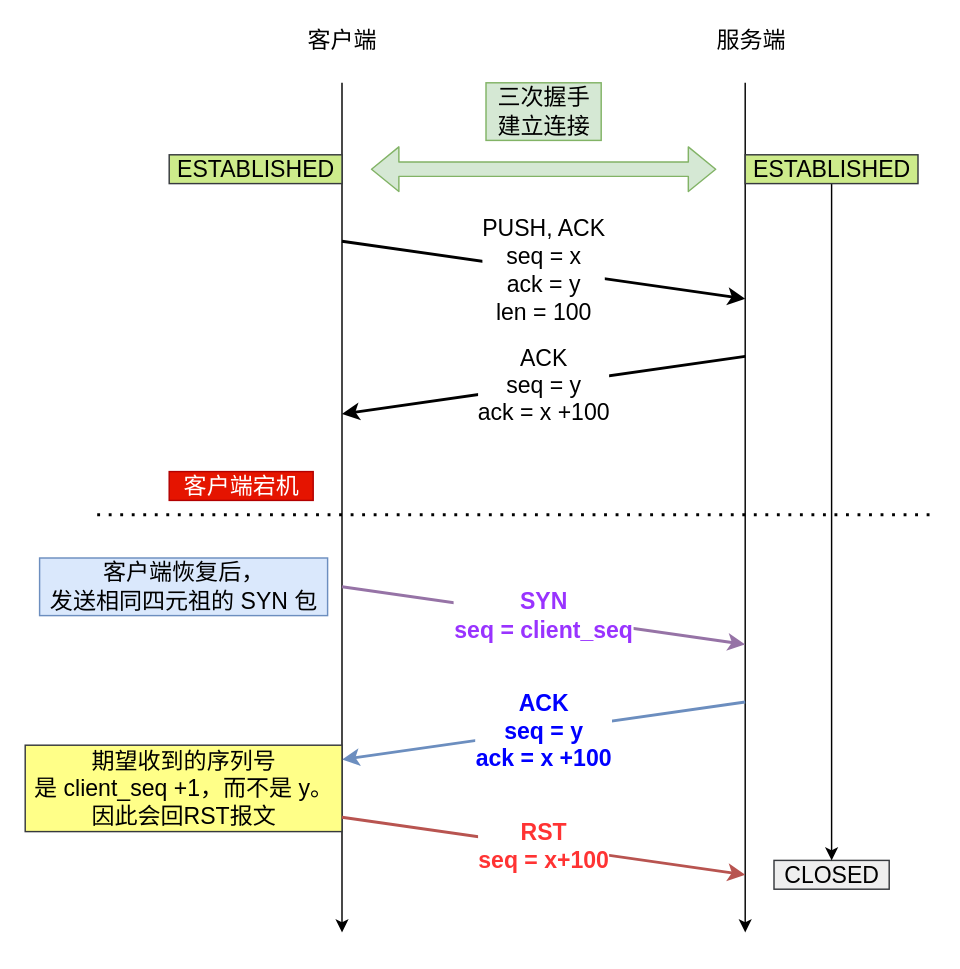
xiaolincoder/ImageHost4 keeps this draw.io diagram as 网络/乱序SYN.drawio. Above is the earlier version. Source tidied: cells renumbered, new cells numbered last; positions are measured from the earlier drawing's top-left corner, leaving out a move shared by most shapes. Both pictures are drawn from the tidied source at 144%, with x=0, y=0 at pixel (24, 24).
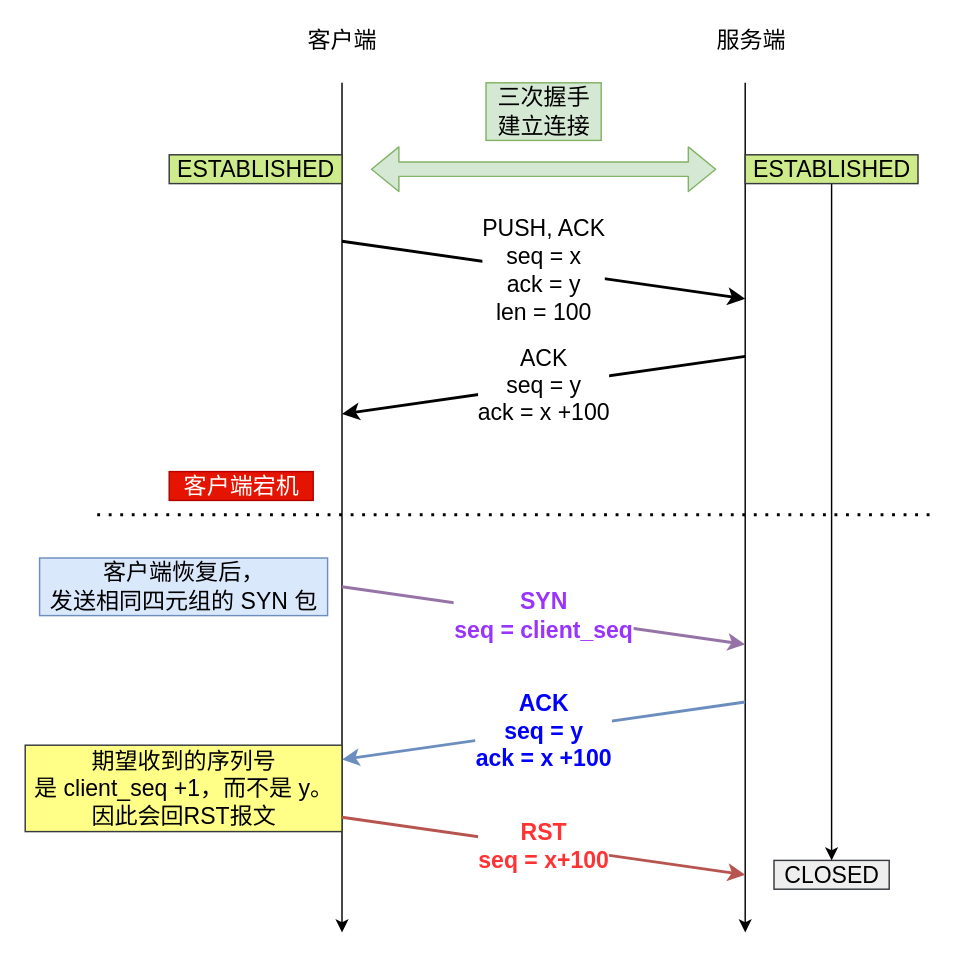
Above is the later version.

Change to the diagram source:
```diff
@@
-    <mxCell id="20" value="客户端恢复后，&lt;br&gt;发送相同四元祖的 SYN 包" style="text;html=1;align=center;verticalAlign=middle;strokeColor=#6c8ebf;fillColor=#dae8fc;fontSize=16;" parent="1" vertex="1">
+    <mxCell id="20" value="客户端恢复后，&lt;br&gt;发送相同四元组的 SYN 包" style="text;html=1;align=center;verticalAlign=middle;strokeColor=#6c8ebf;fillColor=#dae8fc;fontSize=16;" parent="1" vertex="1">
       <mxGeometry x="10" y="370" width="200" height="40" as="geometry" />
     </mxCell>
```
